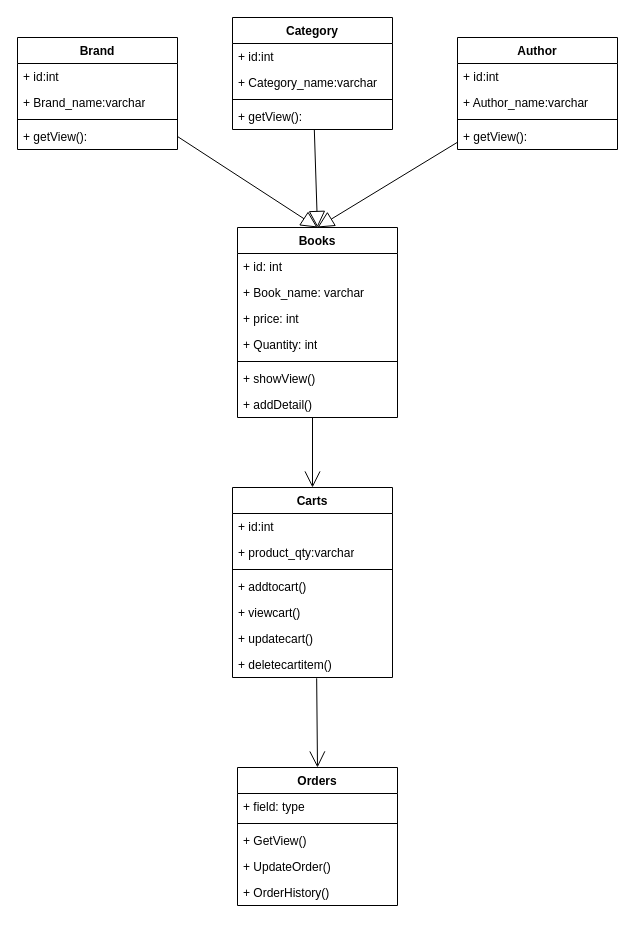
Earlier version of the draw.io diagram page "UML" (15 of 20) of Diagram for assign.drawio (khanh8603/khanh8603). Source tidied: cells renumbered, new cells numbered last; positions are measured from the earlier drawing's top-left corner, leaving out a move shared by most shapes. Both pictures are drawn from the tidied source at 100%, with x=0, y=0 at pixel (17, 17).
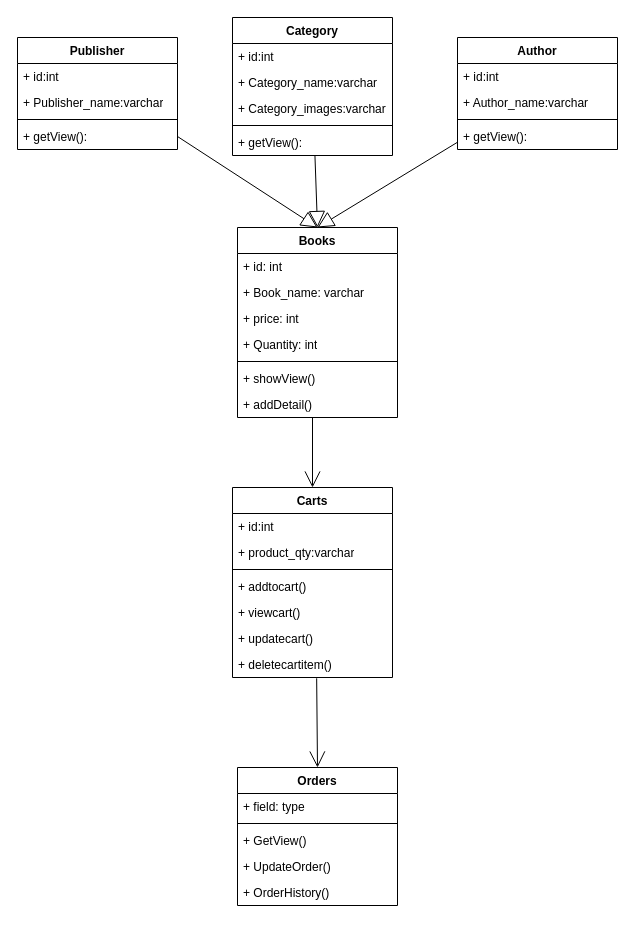
Above is the later version.

Commit message:
Cập nhật Diagram for assign.drawio

The edit, as a diff of the source:
```diff
@@
-    <mxCell id="2" value="Brand" style="swimlane;fontStyle=1;align=center;verticalAlign=top;horizontal=1;startSize=26;whiteSpace=wrap;html=1;" parent="1" vertex="1">
+    <mxCell id="2" value="Publisher" style="swimlane;fontStyle=1;align=center;verticalAlign=top;horizontal=1;startSize=26;whiteSpace=wrap;html=1;" parent="1" vertex="1">
       <mxGeometry y="20" width="160" height="112" as="geometry" />
     </mxCell>
@@
-    <mxCell id="4" value="+ Brand_name:varchar" style="text;strokeColor=none;fillColor=none;align=left;verticalAlign=top;spacingLeft=4;spacingRight=4;overflow=hidden;whiteSpace=wrap;html=1;" parent="2" vertex="1">
+    <mxCell id="4" value="+ Publisher_name:varchar" style="text;strokeColor=none;fillColor=none;align=left;verticalAlign=top;spacingLeft=4;spacingRight=4;overflow=hidden;whiteSpace=wrap;html=1;" parent="2" vertex="1">
       <mxGeometry y="52" width="160" height="26" as="geometry" />
     </mxCell>
@@
     <mxCell id="30" value="Category" style="swimlane;fontStyle=1;align=center;verticalAlign=top;horizontal=1;startSize=26;whiteSpace=wrap;html=1;" parent="1" vertex="1">
-      <mxGeometry x="215" width="160" height="112" as="geometry" />
+      <mxGeometry x="215" width="160" height="138" as="geometry" />
     </mxCell>
@@
+    <mxCell id="44" value="+ Category_images:varchar" style="text;strokeColor=none;fillColor=none;align=left;verticalAlign=top;spacingLeft=4;spacingRight=4;overflow=hidden;whiteSpace=wrap;html=1;" parent="30" vertex="1">
+      <mxGeometry y="78" width="160" height="26" as="geometry" />
+    </mxCell>
     <mxCell id="33" style="line;strokeWidth=1;fillColor=none;align=left;verticalAlign=middle;spacingTop=-1;spacingLeft=3;spacingRight=3;labelPosition=right;strokeColor=inherit;" parent="30" vertex="1">
-      <mxGeometry y="78" width="160" height="8" as="geometry" />
+      <mxGeometry y="104" width="160" height="8" as="geometry" />
     </mxCell>
     <mxCell id="34" value="+ getView():" style="text;strokeColor=none;fillColor=none;align=left;verticalAlign=top;spacingLeft=4;spacingRight=4;overflow=hidden;whiteSpace=wrap;html=1;" parent="30" vertex="1">
-      <mxGeometry y="86" width="160" height="26" as="geometry" />
+      <mxGeometry y="112" width="160" height="26" as="geometry" />
     </mxCell>
```
